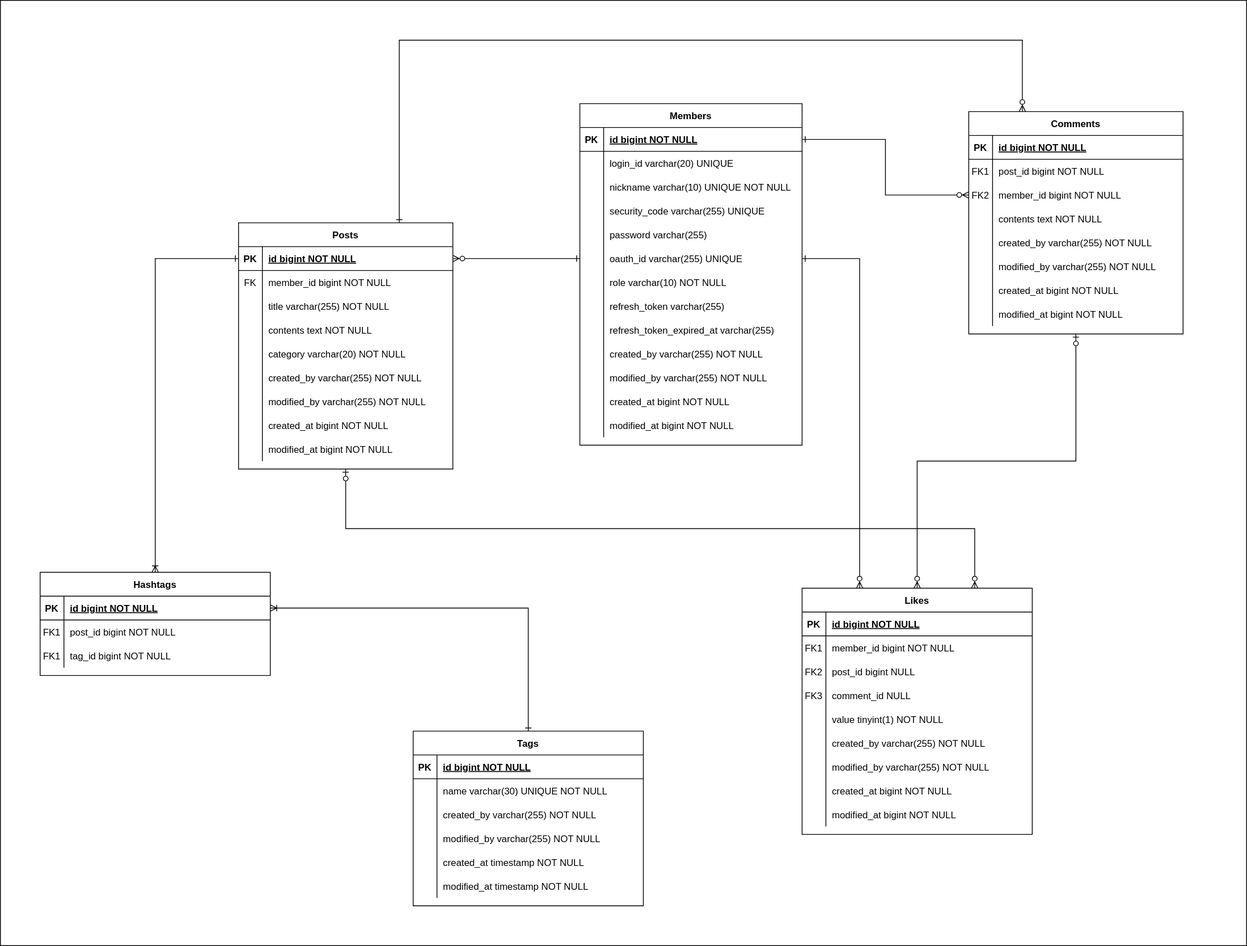
This is document/erd.svg from leesh5000/DevLab-BE, a draw.io export, as it was before one commit. Source tidied: cells renumbered, new cells last; positions are measured from the earlier drawing's top-left corner, leaving out a move shared by most shapes.
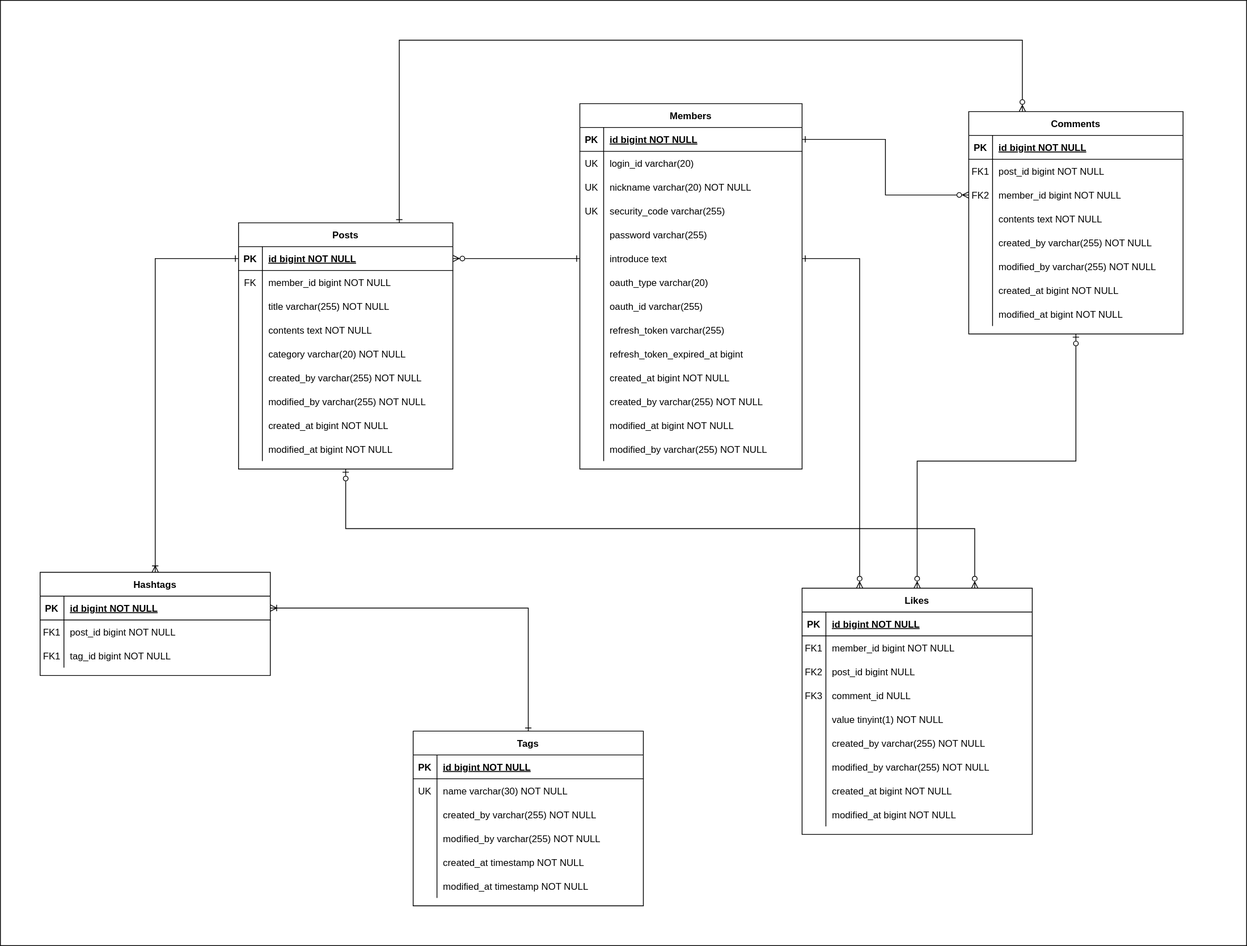
The same file after the commit.

Change to the diagram source:
```diff
@@ -9,7 +9,7 @@
       <mxGeometry relative="1" as="geometry" />
     </mxCell>
     <mxCell id="4" value="Members" style="shape=table;startSize=30;rowLines=0;fontStyle=1;align=center;" parent="1" vertex="1">
-      <mxGeometry x="730" y="130" width="280" height="430" as="geometry" />
+      <mxGeometry x="730" y="130" width="280" height="460" as="geometry" />
     </mxCell>
     <mxCell id="5" style="shape=partialRectangle;fillColor=none;points=[[0,0.5],[1,0.5]];portConstraint=eastwest;top=0;left=0;right=0;bottom=1;" parent="4" vertex="1">
       <mxGeometry y="30" width="280" height="30" as="geometry" />
@@ -23,28 +23,28 @@
     <mxCell id="8" style="shape=partialRectangle;fillColor=none;top=0;left=0;right=0;bottom=0;" parent="4" vertex="1">
       <mxGeometry y="60" width="280" height="30" as="geometry" />
     </mxCell>
-    <mxCell id="9" style="shape=partialRectangle;overflow=hidden;fillColor=none;top=0;left=0;bottom=0;right=0;" parent="8" vertex="1">
+    <mxCell id="9" value="UK" style="shape=partialRectangle;overflow=hidden;fillColor=none;top=0;left=0;bottom=0;right=0;" parent="8" vertex="1">
       <mxGeometry width="30" height="30" as="geometry" />
     </mxCell>
-    <mxCell id="10" value="login_id varchar(20) UNIQUE" style="shape=partialRectangle;overflow=hidden;fillColor=none;top=0;left=0;bottom=0;right=0;align=left;spacingLeft=6;" parent="8" vertex="1">
+    <mxCell id="10" value="login_id varchar(20)" style="shape=partialRectangle;overflow=hidden;fillColor=none;top=0;left=0;bottom=0;right=0;align=left;spacingLeft=6;" parent="8" vertex="1">
       <mxGeometry x="30" width="250" height="30" as="geometry" />
     </mxCell>
     <mxCell id="11" style="shape=partialRectangle;fillColor=none;top=0;left=0;right=0;bottom=0;" parent="4" vertex="1">
       <mxGeometry y="90" width="280" height="30" as="geometry" />
     </mxCell>
-    <mxCell id="12" style="shape=partialRectangle;overflow=hidden;fillColor=none;top=0;left=0;bottom=0;right=0;" parent="11" vertex="1">
+    <mxCell id="12" value="UK" style="shape=partialRectangle;overflow=hidden;fillColor=none;top=0;left=0;bottom=0;right=0;" parent="11" vertex="1">
       <mxGeometry width="30" height="30" as="geometry" />
     </mxCell>
-    <mxCell id="13" value="nickname varchar(10) UNIQUE NOT NULL" style="shape=partialRectangle;overflow=hidden;fillColor=none;top=0;left=0;bottom=0;right=0;align=left;spacingLeft=6;" parent="11" vertex="1">
+    <mxCell id="13" value="nickname varchar(20) NOT NULL" style="shape=partialRectangle;overflow=hidden;fillColor=none;top=0;left=0;bottom=0;right=0;align=left;spacingLeft=6;" parent="11" vertex="1">
       <mxGeometry x="30" width="250" height="30" as="geometry" />
     </mxCell>
     <mxCell id="14" style="shape=partialRectangle;fillColor=none;top=0;left=0;right=0;bottom=0;fontStyle=1;" parent="4" vertex="1">
       <mxGeometry y="120" width="280" height="30" as="geometry" />
     </mxCell>
-    <mxCell id="15" style="shape=partialRectangle;overflow=hidden;fillColor=none;top=0;left=0;bottom=0;right=0;" parent="14" vertex="1">
+    <mxCell id="15" value="UK" style="shape=partialRectangle;overflow=hidden;fillColor=none;top=0;left=0;bottom=0;right=0;" parent="14" vertex="1">
       <mxGeometry width="30" height="30" as="geometry" />
     </mxCell>
-    <mxCell id="16" value="security_code varchar(255) UNIQUE" style="shape=partialRectangle;overflow=hidden;fillColor=none;top=0;left=0;bottom=0;right=0;align=left;spacingLeft=6;" parent="14" vertex="1">
+    <mxCell id="16" value="security_code varchar(255)" style="shape=partialRectangle;overflow=hidden;fillColor=none;top=0;left=0;bottom=0;right=0;align=left;spacingLeft=6;" parent="14" vertex="1">
       <mxGeometry x="30" width="250" height="30" as="geometry" />
     </mxCell>
     <mxCell id="17" style="shape=partialRectangle;fillColor=none;top=0;left=0;right=0;bottom=0;" parent="4" vertex="1">
@@ -62,7 +62,7 @@
     <mxCell id="21" style="shape=partialRectangle;overflow=hidden;fillColor=none;top=0;left=0;bottom=0;right=0;" parent="20" vertex="1">
       <mxGeometry width="30" height="30" as="geometry" />
     </mxCell>
-    <mxCell id="22" value="oauth_id varchar(255) UNIQUE" style="shape=partialRectangle;overflow=hidden;fillColor=none;top=0;left=0;bottom=0;right=0;align=left;spacingLeft=6;" parent="20" vertex="1">
+    <mxCell id="22" value="introduce text" style="shape=partialRectangle;overflow=hidden;fillColor=none;top=0;left=0;bottom=0;right=0;align=left;spacingLeft=6;" parent="20" vertex="1">
       <mxGeometry x="30" width="250" height="30" as="geometry" />
     </mxCell>
     <mxCell id="23" style="shape=partialRectangle;fillColor=none;top=0;left=0;right=0;bottom=0;" parent="4" vertex="1">
@@ -71,7 +71,7 @@
     <mxCell id="24" style="shape=partialRectangle;overflow=hidden;fillColor=none;top=0;left=0;bottom=0;right=0;" parent="23" vertex="1">
       <mxGeometry width="30" height="30" as="geometry" />
     </mxCell>
-    <mxCell id="25" value="role varchar(10) NOT NULL" style="shape=partialRectangle;overflow=hidden;fillColor=none;top=0;left=0;bottom=0;right=0;align=left;spacingLeft=6;" parent="23" vertex="1">
+    <mxCell id="25" value="oauth_type varchar(20)" style="shape=partialRectangle;overflow=hidden;fillColor=none;top=0;left=0;bottom=0;right=0;align=left;spacingLeft=6;" parent="23" vertex="1">
       <mxGeometry x="30" width="250" height="30" as="geometry" />
     </mxCell>
     <mxCell id="26" style="shape=partialRectangle;fillColor=none;top=0;left=0;right=0;bottom=0;" parent="4" vertex="1">
@@ -80,7 +80,7 @@
     <mxCell id="27" style="shape=partialRectangle;overflow=hidden;fillColor=none;top=0;left=0;bottom=0;right=0;" parent="26" vertex="1">
       <mxGeometry width="30" height="30" as="geometry" />
     </mxCell>
-    <mxCell id="28" value="refresh_token varchar(255)" style="shape=partialRectangle;overflow=hidden;fillColor=none;top=0;left=0;bottom=0;right=0;align=left;spacingLeft=6;" parent="26" vertex="1">
+    <mxCell id="28" value="oauth_id varchar(255)" style="shape=partialRectangle;overflow=hidden;fillColor=none;top=0;left=0;bottom=0;right=0;align=left;spacingLeft=6;" parent="26" vertex="1">
       <mxGeometry x="30" width="250" height="30" as="geometry" />
     </mxCell>
     <mxCell id="29" style="shape=partialRectangle;fillColor=none;top=0;left=0;right=0;bottom=0;" parent="4" vertex="1">
@@ -89,7 +89,7 @@
     <mxCell id="30" style="shape=partialRectangle;overflow=hidden;fillColor=none;top=0;left=0;bottom=0;right=0;" parent="29" vertex="1">
       <mxGeometry width="30" height="30" as="geometry" />
     </mxCell>
-    <mxCell id="31" value="refresh_token_expired_at varchar(255)" style="shape=partialRectangle;overflow=hidden;fillColor=none;top=0;left=0;bottom=0;right=0;align=left;spacingLeft=6;" parent="29" vertex="1">
+    <mxCell id="31" value="refresh_token varchar(255)" style="shape=partialRectangle;overflow=hidden;fillColor=none;top=0;left=0;bottom=0;right=0;align=left;spacingLeft=6;" parent="29" vertex="1">
       <mxGeometry x="30" width="250" height="30" as="geometry" />
     </mxCell>
     <mxCell id="32" style="shape=partialRectangle;fillColor=none;top=0;left=0;right=0;bottom=0;" parent="4" vertex="1">
@@ -98,7 +98,7 @@
     <mxCell id="33" style="shape=partialRectangle;overflow=hidden;fillColor=none;top=0;left=0;bottom=0;right=0;" parent="32" vertex="1">
       <mxGeometry width="30" height="30" as="geometry" />
     </mxCell>
-    <mxCell id="34" value="created_by varchar(255) NOT NULL" style="shape=partialRectangle;overflow=hidden;fillColor=none;top=0;left=0;bottom=0;right=0;align=left;spacingLeft=6;" parent="32" vertex="1">
+    <mxCell id="34" value="refresh_token_expired_at bigint" style="shape=partialRectangle;overflow=hidden;fillColor=none;top=0;left=0;bottom=0;right=0;align=left;spacingLeft=6;" parent="32" vertex="1">
       <mxGeometry x="30" width="250" height="30" as="geometry" />
     </mxCell>
     <mxCell id="35" style="shape=partialRectangle;fillColor=none;top=0;left=0;right=0;bottom=0;" parent="4" vertex="1">
@@ -107,7 +107,7 @@
     <mxCell id="36" style="shape=partialRectangle;overflow=hidden;fillColor=none;top=0;left=0;bottom=0;right=0;" parent="35" vertex="1">
       <mxGeometry width="30" height="30" as="geometry" />
     </mxCell>
-    <mxCell id="37" value="modified_by varchar(255) NOT NULL" style="shape=partialRectangle;overflow=hidden;fillColor=none;top=0;left=0;bottom=0;right=0;align=left;spacingLeft=6;" parent="35" vertex="1">
+    <mxCell id="37" value="created_at bigint NOT NULL" style="shape=partialRectangle;overflow=hidden;fillColor=none;top=0;left=0;bottom=0;right=0;align=left;spacingLeft=6;" parent="35" vertex="1">
       <mxGeometry x="30" width="250" height="30" as="geometry" />
     </mxCell>
     <mxCell id="38" style="shape=partialRectangle;fillColor=none;top=0;left=0;right=0;bottom=0;" parent="4" vertex="1">
@@ -116,7 +116,7 @@
     <mxCell id="39" style="shape=partialRectangle;overflow=hidden;fillColor=none;top=0;left=0;bottom=0;right=0;" parent="38" vertex="1">
       <mxGeometry width="30" height="30" as="geometry" />
     </mxCell>
-    <mxCell id="40" value="created_at bigint NOT NULL" style="shape=partialRectangle;overflow=hidden;fillColor=none;top=0;left=0;bottom=0;right=0;align=left;spacingLeft=6;" parent="38" vertex="1">
+    <mxCell id="40" value="created_by varchar(255) NOT NULL" style="shape=partialRectangle;overflow=hidden;fillColor=none;top=0;left=0;bottom=0;right=0;align=left;spacingLeft=6;" parent="38" vertex="1">
       <mxGeometry x="30" width="250" height="30" as="geometry" />
     </mxCell>
     <mxCell id="41" style="shape=partialRectangle;fillColor=none;top=0;left=0;right=0;bottom=0;" parent="4" vertex="1">
@@ -128,6 +128,15 @@
     <mxCell id="43" value="modified_at bigint NOT NULL" style="shape=partialRectangle;overflow=hidden;fillColor=none;top=0;left=0;bottom=0;right=0;align=left;spacingLeft=6;" parent="41" vertex="1">
       <mxGeometry x="30" width="250" height="30" as="geometry" />
     </mxCell>
+    <mxCell id="161" style="shape=partialRectangle;fillColor=none;top=0;left=0;right=0;bottom=0;" parent="4" vertex="1">
+      <mxGeometry y="420" width="280" height="30" as="geometry" />
+    </mxCell>
+    <mxCell id="162" style="shape=partialRectangle;overflow=hidden;fillColor=none;top=0;left=0;bottom=0;right=0;" parent="161" vertex="1">
+      <mxGeometry width="30" height="30" as="geometry" />
+    </mxCell>
+    <mxCell id="163" value="modified_by varchar(255) NOT NULL" style="shape=partialRectangle;overflow=hidden;fillColor=none;top=0;left=0;bottom=0;right=0;align=left;spacingLeft=6;" parent="161" vertex="1">
+      <mxGeometry x="30" width="250" height="30" as="geometry" />
+    </mxCell>
     <mxCell id="44" value="Posts" style="shape=table;startSize=30;rowLines=0;fontStyle=1;align=center;" parent="1" vertex="1">
       <mxGeometry x="300" y="280" width="270" height="310" as="geometry" />
     </mxCell>
@@ -409,10 +418,10 @@
     <mxCell id="135" style="shape=partialRectangle;fillColor=none;top=0;left=0;right=0;bottom=0;" parent="131" vertex="1">
       <mxGeometry y="60" width="290" height="30" as="geometry" />
     </mxCell>
-    <mxCell id="136" style="shape=partialRectangle;overflow=hidden;fillColor=none;top=0;left=0;bottom=0;right=0;" parent="135" vertex="1">
+    <mxCell id="136" value="UK" style="shape=partialRectangle;overflow=hidden;fillColor=none;top=0;left=0;bottom=0;right=0;" parent="135" vertex="1">
       <mxGeometry width="30" height="30" as="geometry" />
     </mxCell>
-    <mxCell id="137" value="name varchar(30) UNIQUE NOT NULL" style="shape=partialRectangle;overflow=hidden;fillColor=none;top=0;left=0;bottom=0;right=0;align=left;spacingLeft=6;" parent="135" vertex="1">
+    <mxCell id="137" value="name varchar(30) NOT NULL" style="shape=partialRectangle;overflow=hidden;fillColor=none;top=0;left=0;bottom=0;right=0;align=left;spacingLeft=6;" parent="135" vertex="1">
       <mxGeometry x="30" width="260" height="30" as="geometry" />
     </mxCell>
     <mxCell id="138" style="shape=partialRectangle;fillColor=none;top=0;left=0;right=0;bottom=0;" parent="131" vertex="1">
```
